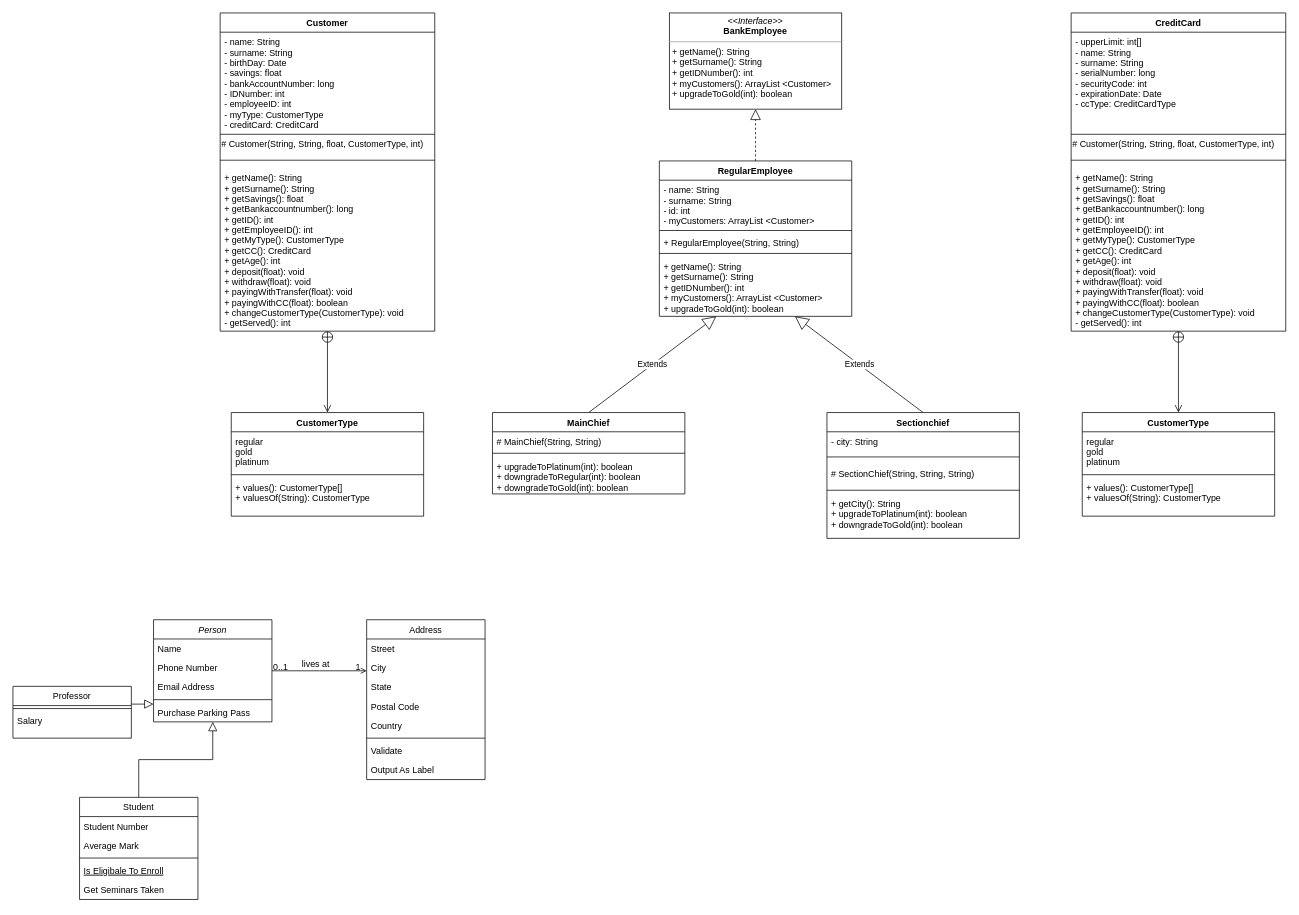
This is Assingment 04/Untitled Diagram.drawio from Mongobob/swc-group45, a draw.io file, before an edit. Source tidied: cells renumbered, new cells numbered last; positions are measured from the earlier drawing's top-left corner, leaving out a move shared by most shapes. Both pictures are drawn from the tidied source at 74%, with x=0, y=0 at pixel (13, 13).
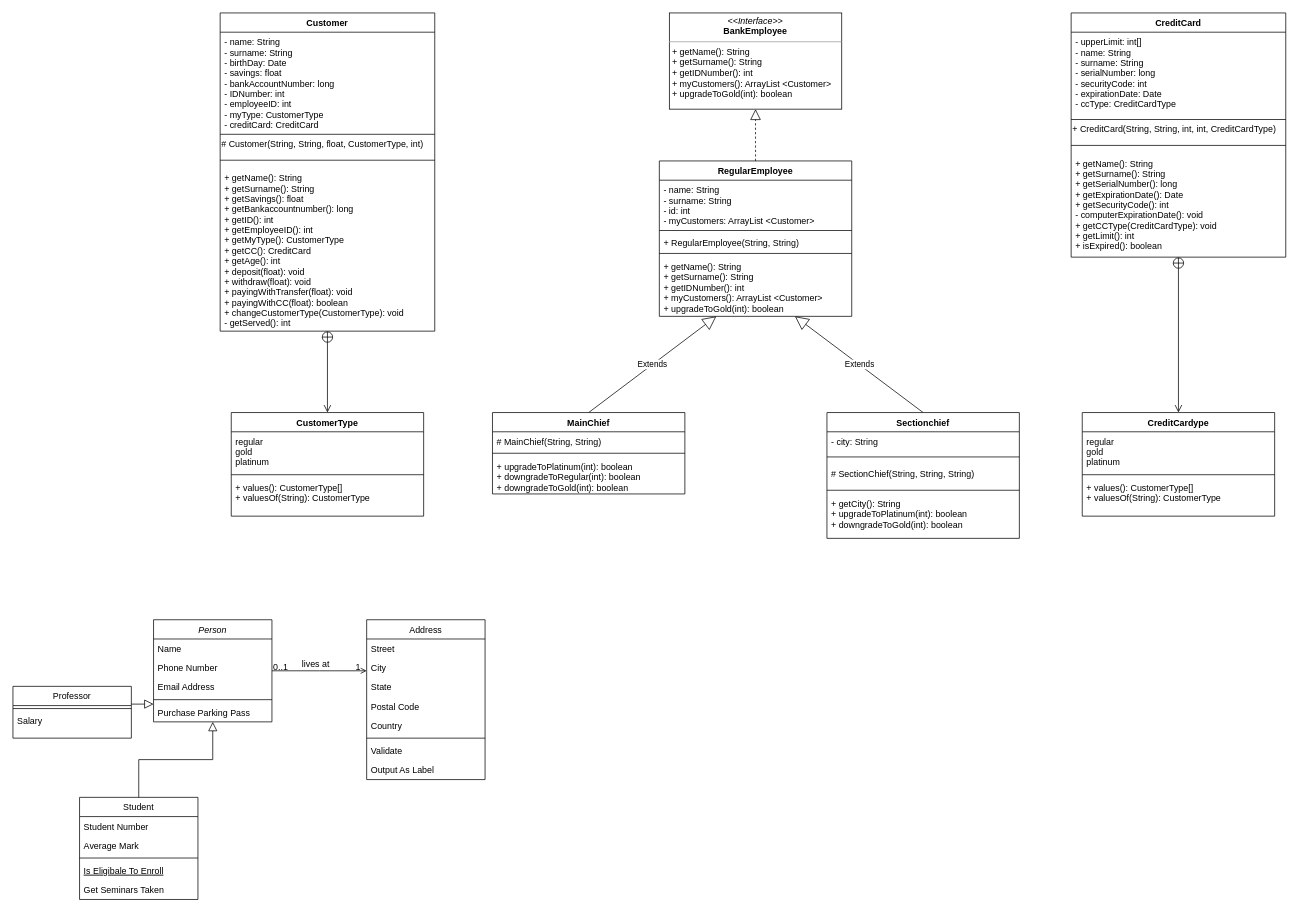
The same diagram, later.

What changed in the source:
```diff
@@
     <mxCell id="63" value="CreditCard" style="swimlane;fontStyle=1;align=center;verticalAlign=top;horizontal=1;startSize=26;" parent="1" vertex="1">
-      <mxGeometry x="1430" width="290" height="430" as="geometry" />
+      <mxGeometry x="1430" width="290" height="330" as="geometry" />
     </mxCell>
-    <mxCell id="64" value="- upperLimit: int[]&#10;- name: String&#10;- surname: String&#10;- serialNumber: long&#10;- securityCode: int&#10;- expirationDate: Date&#10;- ccType: CreditCardType&#10; " style="text;strokeColor=none;fillColor=none;align=left;verticalAlign=top;spacingLeft=4;spacingRight=4;overflow=hidden;" parent="63" vertex="1">
-      <mxGeometry y="26" width="290" height="134" as="geometry" />
+    <mxCell id="64" value="- upperLimit: int[]&#10;- name: String&#10;- surname: String&#10;- serialNumber: long&#10;- securityCode: int&#10;- expirationDate: Date&#10;- ccType: CreditCardType" style="text;strokeColor=none;fillColor=none;align=left;verticalAlign=top;spacingLeft=4;spacingRight=4;overflow=hidden;" parent="63" vertex="1">
+      <mxGeometry y="26" width="290" height="114" as="geometry" />
     </mxCell>
     <mxCell id="65" style="line;strokeWidth=1;fillColor=none;align=left;verticalAlign=middle;spacingTop=-1;spacingLeft=3;spacingRight=3;labelPosition=right;" parent="63" vertex="1">
-      <mxGeometry y="160" width="290" height="8" as="geometry" />
+      <mxGeometry y="140" width="290" height="8" as="geometry" />
     </mxCell>
-    <mxCell id="66" value="# Customer(String, String, float, CustomerType, int)&lt;br&gt;" style="text;html=1;align=left;verticalAlign=middle;" parent="63" vertex="1">
-      <mxGeometry y="168" width="290" height="20" as="geometry" />
+    <mxCell id="66" value="+ CreditCard(String, String, int, int, CreditCardType)" style="text;html=1;align=left;verticalAlign=middle;" parent="63" vertex="1">
+      <mxGeometry y="148" width="290" height="20" as="geometry" />
     </mxCell>
     <mxCell id="67" style="line;strokeWidth=1;fillColor=none;align=left;verticalAlign=middle;spacingTop=-1;spacingLeft=3;spacingRight=3;labelPosition=right;" parent="63" vertex="1">
-      <mxGeometry y="188" width="290" height="22" as="geometry" />
+      <mxGeometry y="168" width="290" height="22" as="geometry" />
     </mxCell>
-    <mxCell id="68" value="+ getName(): String&#10;+ getSurname(): String&#10;+ getSavings(): float&#10;+ getBankaccountnumber(): long&#10;+ getID(): int&#10;+ getEmployeeID(): int&#10;+ getMyType(): CustomerType&#10;+ getCC(): CreditCard&#10;+ getAge(): int&#10;+ deposit(float): void&#10;+ withdraw(float): void&#10;+ payingWithTransfer(float): void&#10;+ payingWithCC(float): boolean&#10;+ changeCustomerType(CustomerType): void&#10;- getServed(): int&#10;" style="text;strokeColor=none;fillColor=none;align=left;verticalAlign=top;spacingLeft=4;spacingRight=4;overflow=hidden;points=[[0,0.5],[1,0.5]];portConstraint=eastwest;" parent="63" vertex="1">
-      <mxGeometry y="210" width="290" height="220" as="geometry" />
+    <mxCell id="68" value="+ getName(): String&#10;+ getSurname(): String&#10;+ getSerialNumber(): long&#10;+ getExpirationDate(): Date&#10;+ getSecurityCode(): int&#10;- computerExpirationDate(): void&#10;+ getCCType(CreditCardType): void&#10;+ getLimit(): int&#10;+ isExpired(): boolean&#10;" style="text;strokeColor=none;fillColor=none;align=left;verticalAlign=top;spacingLeft=4;spacingRight=4;overflow=hidden;points=[[0,0.5],[1,0.5]];portConstraint=eastwest;" parent="63" vertex="1">
+      <mxGeometry y="190" width="290" height="140" as="geometry" />
     </mxCell>
-    <mxCell id="69" value="CustomerType" style="swimlane;fontStyle=1;align=center;verticalAlign=top;horizontal=1;startSize=26;" parent="1" vertex="1">
+    <mxCell id="69" value="CreditCardype" style="swimlane;fontStyle=1;align=center;verticalAlign=top;horizontal=1;startSize=26;" parent="1" vertex="1">
       <mxGeometry x="1445" y="540" width="260" height="140" as="geometry" />
     </mxCell>
```
